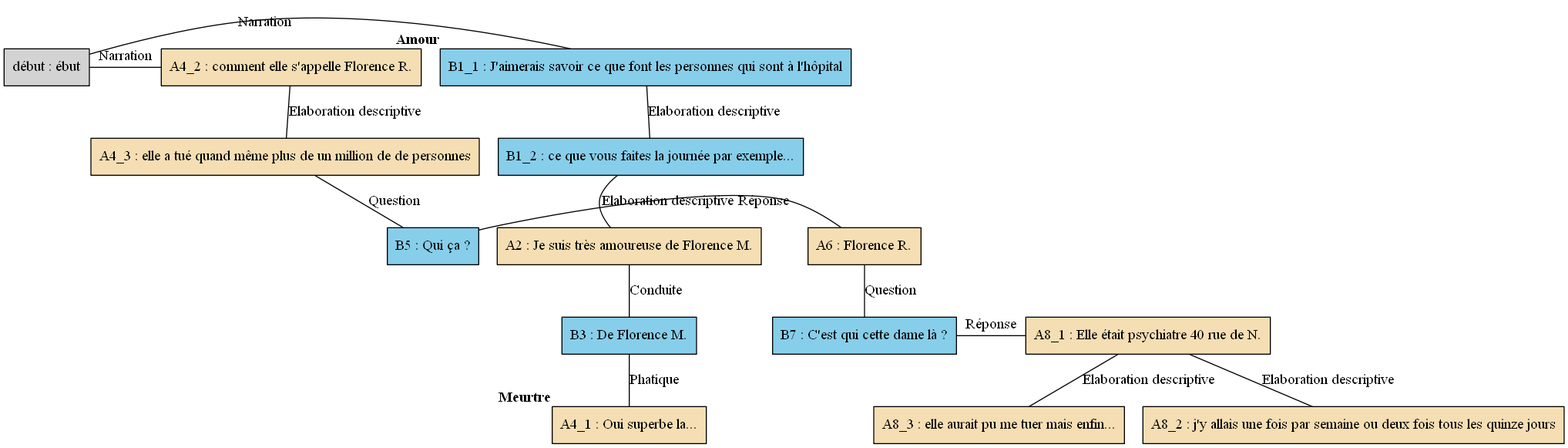
This is arbres/Florence/Florence_-_A11.gv.png from AlaixComet/AnnotationSlamPTut, a Graphviz export, as it was before one commit. Its source is kept beside it as arbres/Florence/Florence_-_A11.gv.
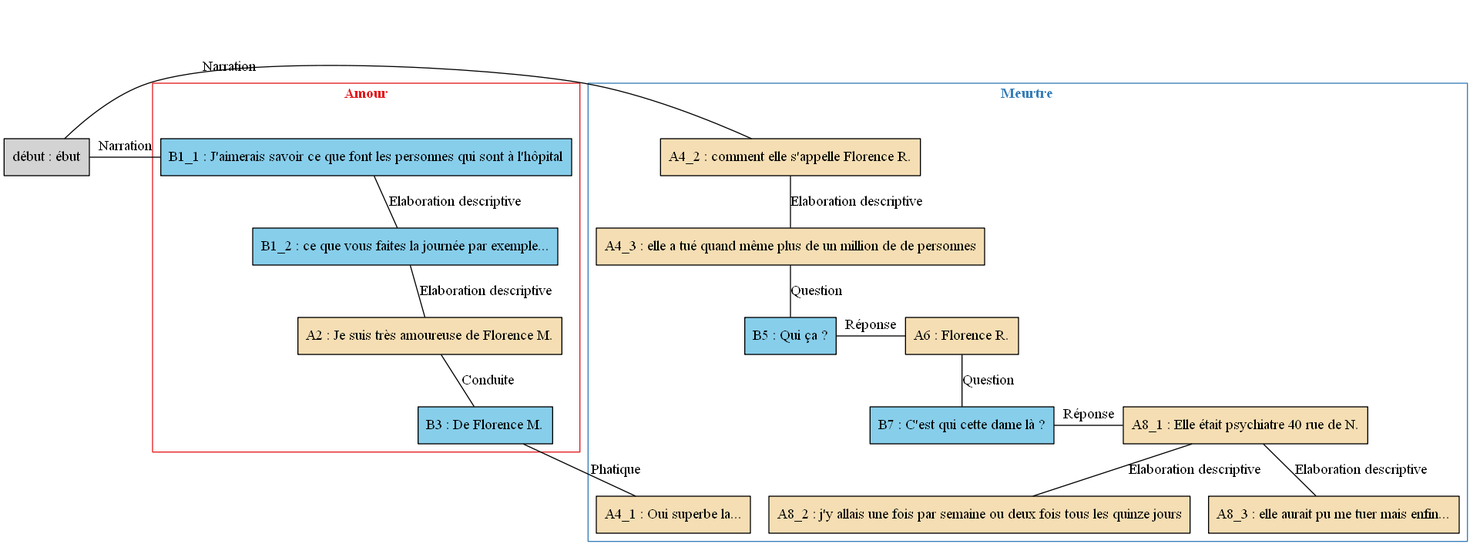
After the commit.

Change to the diagram source:
```diff
@@ -1,50 +1,62 @@
 digraph A11 {
 	node [shape=box style=filled]
-	"début" [label="début : ébut" xlabel=""]
-	B1_1 [label="B1_1 : J'aimerais savoir ce que font les personnes qui sont à l'hôpital" fillcolor=skyblue xlabel=<<B>Amour</B>>]
-	B1_2 [label="B1_2 : ce que vous faites la journée par exemple..." fillcolor=skyblue xlabel=""]
-	A2 [label="A2 : Je suis très amoureuse de Florence M." fillcolor=wheat xlabel=""]
-	B3 [label="B3 : De Florence M." fillcolor=skyblue xlabel=""]
-	A4_1 [label="A4_1 : Oui superbe la..." fillcolor=wheat xlabel=<<B>Meurtre</B>>]
-	A4_2 [label="A4_2 : comment elle s'appelle Florence R." fillcolor=wheat xlabel=""]
-	A4_3 [label="A4_3 : elle a tué quand même plus de un million de de personnes" fillcolor=wheat xlabel=""]
-	B5 [label="B5 : Qui ça ?" fillcolor=skyblue xlabel=""]
-	A6 [label="A6 : Florence R." fillcolor=wheat xlabel=""]
-	B7 [label="B7 : C'est qui cette dame là ?" fillcolor=skyblue xlabel=""]
-	A8_1 [label="A8_1 : Elle était psychiatre 40 rue de N." fillcolor=wheat xlabel=""]
-	A8_2 [label="A8_2 : j'y allais une fois par semaine ou deux fois tous les quinze jours" fillcolor=wheat xlabel=""]
-	A8_3 [label="A8_3 : elle aurait pu me tuer mais enfin..." fillcolor=wheat xlabel=""]
-	{
-		rank=same
-		"début"
+	newrank=true
+	zero [style=invis]
+	"début" [label="début : ébut"]
+	B1_1 [label="B1_1 : J'aimerais savoir ce que font les personnes qui sont à l'hôpital" fillcolor=skyblue]
+	B1_2 [label="B1_2 : ce que vous faites la journée par exemple..." fillcolor=skyblue]
+	A2 [label="A2 : Je suis très amoureuse de Florence M." fillcolor=wheat]
+	B3 [label="B3 : De Florence M." fillcolor=skyblue]
+	A4_1 [label="A4_1 : Oui superbe la..." fillcolor=wheat]
+	A4_2 [label="A4_2 : comment elle s'appelle Florence R." fillcolor=wheat]
+	A4_3 [label="A4_3 : elle a tué quand même plus de un million de de personnes" fillcolor=wheat]
+	B5 [label="B5 : Qui ça ?" fillcolor=skyblue]
+	A6 [label="A6 : Florence R." fillcolor=wheat]
+	B7 [label="B7 : C'est qui cette dame là ?" fillcolor=skyblue]
+	A8_1 [label="A8_1 : Elle était psychiatre 40 rue de N." fillcolor=wheat]
+	A8_2 [label="A8_2 : j'y allais une fois par semaine ou deux fois tous les quinze jours" fillcolor=wheat]
+	A8_3 [label="A8_3 : elle aurait pu me tuer mais enfin..." fillcolor=wheat]
+	zero -> "début" [label="" style=invis]
+	zero -> B1_1 [style=invis weight=1]
+	"début" -> B1_1 [label=Narration constraint=false dir=none]
+	B1_1 -> B1_2 [label="Elaboration descriptive" dir=none weight=2]
+	B1_2 -> A2 [label="Elaboration descriptive" dir=none weight=2]
+	A2 -> B3 [label=Conduite dir=none weight=2]
+	B3 -> A4_1 [label=Phatique dir=none weight=2]
+	zero -> A4_2 [style=invis weight=1]
+	"début" -> A4_2 [label=Narration constraint=false dir=none]
+	A4_2 -> A4_3 [label="Elaboration descriptive" dir=none weight=2]
+	A4_3 -> B5 [label=Question dir=none weight=2]
+	A4_3 -> A6 [style=invis weight=1]
+	B5 -> A6 [label="Réponse" constraint=false dir=none]
+	A6 -> B7 [label=Question dir=none weight=2]
+	A6 -> A8_1 [style=invis weight=1]
+	B7 -> A8_1 [label="Réponse" constraint=false dir=none]
+	A8_1 -> A8_2 [label="Elaboration descriptive" dir=none weight=2]
+	A8_1 -> A8_3 [label="Elaboration descriptive" dir=none weight=2]
+	subgraph cluster_1 {
+		label=<<B>Amour</B>>
+		colorscheme=set19
+		color=1
+		fontcolor=1
 		B1_1
-		"début" -> B1_1 [label=Narration dir=none]
+		B1_2
+		A2
+		B3
 	}
-	B1_1 -> B1_2 [label="Elaboration descriptive" dir=none]
-	B1_2 -> A2 [label="Elaboration descriptive" dir=none]
-	A2 -> B3 [label=Conduite dir=none]
-	B3 -> A4_1 [label=Phatique dir=none]
-	{
-		rank=same
-		"début"
+	subgraph cluster_2 {
+		label=<<B>Meurtre</B>>
+		colorscheme=set19
+		color=2
+		fontcolor=2
+		A4_1
 		A4_2
-		"début" -> A4_2 [label=Narration dir=none]
-	}
-	A4_2 -> A4_3 [label="Elaboration descriptive" dir=none]
-	A4_3 -> B5 [label=Question dir=none]
-	{
-		rank=same
+		A4_3
 		B5
 		A6
-		B5 -> A6 [label="Réponse" dir=none]
-	}
-	A6 -> B7 [label=Question dir=none]
-	{
-		rank=same
 		B7
 		A8_1
-		B7 -> A8_1 [label="Réponse" dir=none]
+		A8_2
+		A8_3
 	}
-	A8_1 -> A8_2 [label="Elaboration descriptive" dir=none]
-	A8_1 -> A8_3 [label="Elaboration descriptive" dir=none]
 }
```
